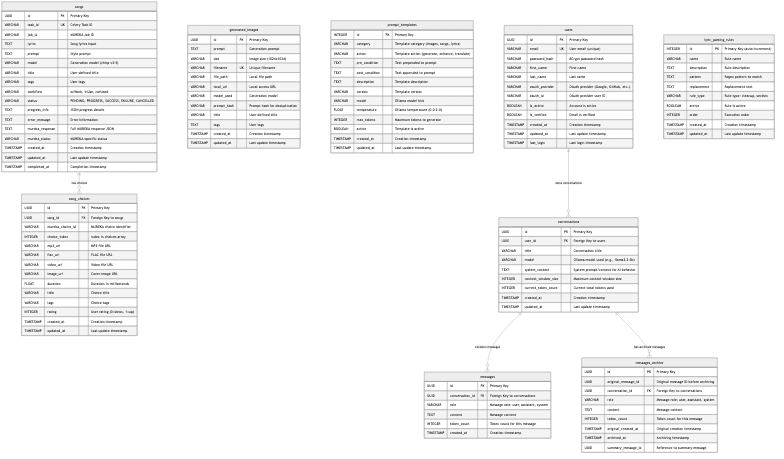
This is docs/arch42/images/13_database_schema.png from rwellinger/aiproxy, a Mermaid export, as it was before one commit. Its source is kept beside it as docs/arch42/13_database_schema.mmd.
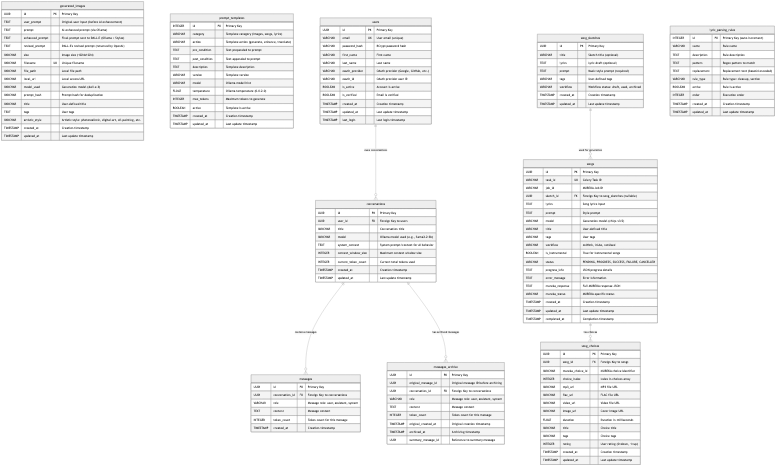
After the change.

What changed in the source:
```diff
@@ -3,12 +3,14 @@
         UUID id PK "Primary Key"
         VARCHAR task_id UK "Celery Task ID"
         VARCHAR job_id "MUREKA Job ID"
+        UUID sketch_id FK "Foreign Key to song_sketches (nullable)"
         TEXT lyrics "Song lyrics input"
         TEXT prompt "Style prompt"
         VARCHAR model "Generation model (chirp-v3-5)"
         VARCHAR title "User-defined title"
         VARCHAR tags "User tags"
         VARCHAR workflow "onWork, inUse, notUsed"
+        BOOLEAN is_instrumental "True for instrumental songs"
         VARCHAR status "PENDING, PROGRESS, SUCCESS, FAILURE, CANCELLED"
         TEXT progress_info "JSON progress details"
         TEXT error_message "Error information"
@@ -38,15 +40,19 @@
 
     generated_images {
         UUID id PK "Primary Key"
-        TEXT prompt "Generation prompt"
+        TEXT user_prompt "Original user input (before AI enhancement)"
+        TEXT prompt "AI-enhanced prompt (via Ollama)"
+        TEXT enhanced_prompt "Final prompt sent to DALL-E (Ollama + Styles)"
+        TEXT revised_prompt "DALL-E's revised prompt (returned by OpenAI)"
         VARCHAR size "Image size (1024x1024)"
         VARCHAR filename UK "Unique filename"
         VARCHAR file_path "Local file path"
         VARCHAR local_url "Local access URL"
-        VARCHAR model_used "Generation model"
+        VARCHAR model_used "Generation model (dall-e-3)"
         VARCHAR prompt_hash "Prompt hash for deduplication"
         VARCHAR title "User-defined title"
         TEXT tags "User tags"
+        VARCHAR artistic_style "Artistic style: photorealistic, digital-art, oil-painting, etc."
         TIMESTAMP created_at "Creation timestamp"
         TIMESTAMP updated_at "Last update timestamp"
     }
@@ -115,12 +121,23 @@
         TIMESTAMP last_login "Last login timestamp"
     }
 
+    song_sketches {
+        UUID id PK "Primary Key"
+        VARCHAR title "Sketch title (optional)"
+        TEXT lyrics "Lyric draft (optional)"
+        TEXT prompt "Music style prompt (required)"
+        VARCHAR tags "User-defined tags"
+        VARCHAR workflow "Workflow status: draft, used, archived"
+        TIMESTAMP created_at "Creation timestamp"
+        TIMESTAMP updated_at "Last update timestamp"
+    }
+
     lyric_parsing_rules {
         INTEGER id PK "Primary Key (auto-increment)"
         VARCHAR name "Rule name"
         TEXT description "Rule description"
         TEXT pattern "Regex pattern to match"
-        TEXT replacement "Replacement text"
+        TEXT replacement "Replacement text (base64 encoded)"
         VARCHAR rule_type "Rule type: cleanup, section"
         BOOLEAN active "Rule is active"
         INTEGER order "Execution order"
@@ -128,6 +145,7 @@
         TIMESTAMP updated_at "Last update timestamp"
     }
 
+    song_sketches ||--o{ songs : "used for generation"
     songs ||--o{ song_choices : "has choices"
     users ||--o{ conversations : "owns conversations"
     conversations ||--o{ messages : "contains messages"
```
